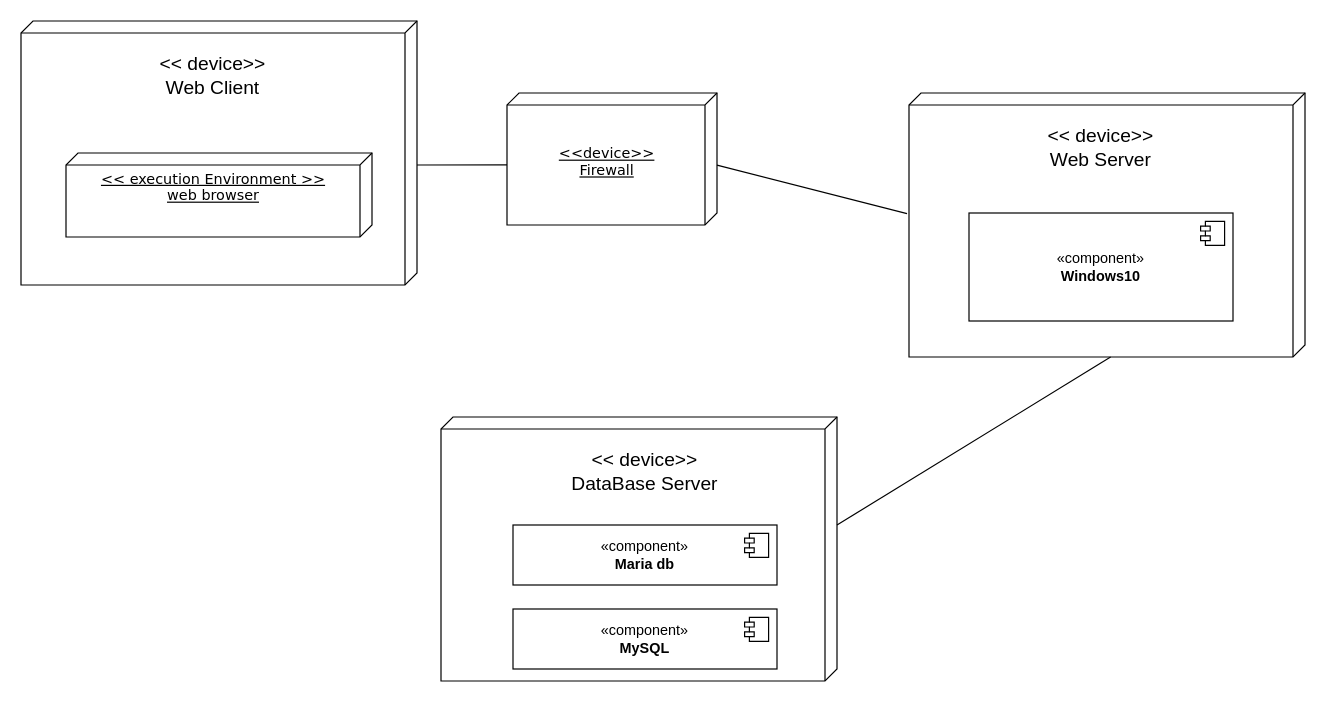
The draw.io diagram 文件資料/物件導向分析/佈署圖.drawio in Cuddles-Yu/ntub-coding, before the edit. Source tidied: cells renumbered, new cells numbered last; positions are measured from the earlier drawing's top-left corner, leaving out a move shared by most shapes. Both pictures are drawn from the tidied source at 120%, with x=0, y=0 at pixel (20, 20).
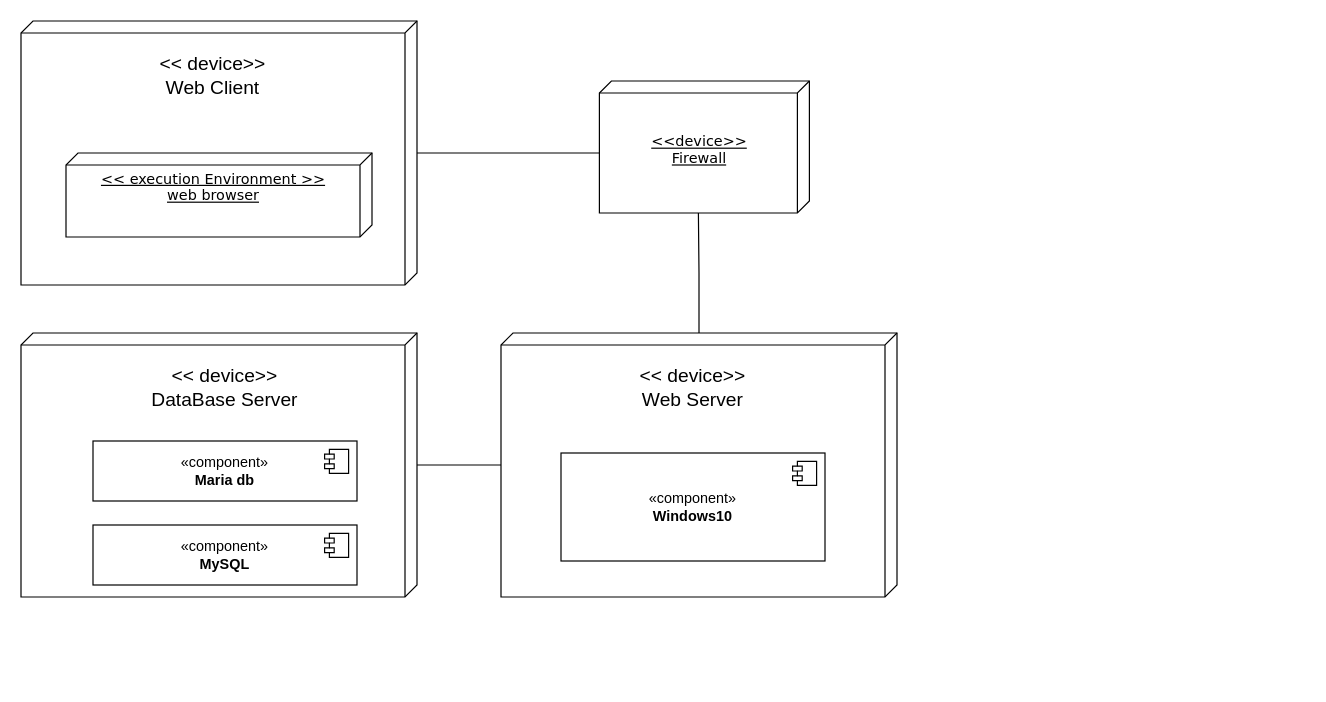
Above is the later version.

The change refers to these unchanged cells:
```xml
<mxCell id="2" style="verticalAlign=top;align=left;spacingTop=8;spacingLeft=2;spacingRight=12;shape=cube;size=10;direction=south;fontStyle=4;html=1;rounded=0;shadow=0;comic=0;labelBackgroundColor=none;strokeWidth=1;fontFamily=Verdana;fontSize=12;" parent="1" vertex="1">
  <mxGeometry width="330" height="220" as="geometry" />
</mxCell>
```

Change to the diagram source:
```diff
@@
-    <mxCell id="5" style="endArrow=none;html=1;rounded=0;fontSize=12;startSize=8;endSize=8;curved=1;entryX=0.545;entryY=1.004;entryDx=0;entryDy=0;entryPerimeter=0;" parent="1" edge="1">
-      <mxGeometry relative="1" as="geometry">
-        <mxPoint x="330" y="120" as="sourcePoint" />
-        <mxPoint x="408.7" y="119.9" as="targetPoint" />
-      </mxGeometry>
-    </mxCell>
+    <mxCell id="19" style="edgeStyle=orthogonalEdgeStyle;rounded=0;jettySize=auto;html=1;endArrow=none;endFill=0;" parent="1" edge="1" source="6" target="10">
+      <mxGeometry relative="1" as="geometry" />
+    </mxCell>
     <mxCell id="6" style="verticalAlign=top;align=left;spacingTop=8;spacingLeft=2;spacingRight=12;shape=cube;size=10;direction=south;fontStyle=4;html=1;rounded=0;shadow=0;comic=0;labelBackgroundColor=none;strokeWidth=1;fontFamily=Verdana;fontSize=12;" parent="1" vertex="1">
-      <mxGeometry x="740" y="60" width="330" height="220" as="geometry" />
+      <mxGeometry x="400" y="260" width="330" height="220" as="geometry" />
     </mxCell>
     <mxCell id="7" value="&amp;lt;&amp;lt; device&amp;gt;&amp;gt;&lt;div&gt;Web Server&lt;/div&gt;" style="text;strokeColor=none;fillColor=none;html=1;align=center;verticalAlign=middle;whiteSpace=wrap;rounded=0;fontSize=16;" parent="1" vertex="1">
-      <mxGeometry x="840" y="90" width="120" height="30" as="geometry" />
+      <mxGeometry x="500" y="290" width="120" height="30" as="geometry" />
     </mxCell>
     <mxCell id="8" value="«component»&lt;br&gt;&lt;b&gt;Windows10&lt;/b&gt;" style="html=1;whiteSpace=wrap;" parent="1" vertex="1">
-      <mxGeometry x="790" y="160" width="220" height="90" as="geometry" />
+      <mxGeometry x="450" y="360" width="220" height="90" as="geometry" />
     </mxCell>
@@
     <mxCell id="10" style="verticalAlign=top;align=left;spacingTop=8;spacingLeft=2;spacingRight=12;shape=cube;size=10;direction=south;fontStyle=4;html=1;rounded=0;shadow=0;comic=0;labelBackgroundColor=none;strokeWidth=1;fontFamily=Verdana;fontSize=12;" parent="1" vertex="1">
-      <mxGeometry x="350" y="330" width="330" height="220" as="geometry" />
+      <mxGeometry y="260" width="330" height="220" as="geometry" />
     </mxCell>
     <mxCell id="11" value="&amp;lt;&amp;lt; device&amp;gt;&amp;gt;&lt;div&gt;DataBase Server&lt;/div&gt;" style="text;strokeColor=none;fillColor=none;html=1;align=center;verticalAlign=middle;whiteSpace=wrap;rounded=0;fontSize=16;" parent="1" vertex="1">
-      <mxGeometry x="450" y="360" width="140" height="30" as="geometry" />
+      <mxGeometry x="100" y="290" width="140" height="30" as="geometry" />
     </mxCell>
     <mxCell id="12" value="«component»&lt;br&gt;&lt;b&gt;Maria db&lt;/b&gt;" style="html=1;whiteSpace=wrap;" parent="1" vertex="1">
-      <mxGeometry x="410" y="420" width="220" height="50" as="geometry" />
+      <mxGeometry x="60" y="350" width="220" height="50" as="geometry" />
     </mxCell>
@@
     <mxCell id="14" value="«component»&lt;br&gt;&lt;b&gt;MySQL&lt;/b&gt;" style="html=1;whiteSpace=wrap;" parent="1" vertex="1">
-      <mxGeometry x="410" y="490" width="220" height="50" as="geometry" />
+      <mxGeometry x="60" y="420" width="220" height="50" as="geometry" />
     </mxCell>
@@
     <mxCell id="16" value="&lt;div&gt;&lt;br&gt;&lt;/div&gt;&lt;div&gt;&lt;br&gt;&lt;/div&gt;&amp;lt;&amp;lt;device&amp;gt;&amp;gt;&lt;div&gt;Firewall&lt;/div&gt;" style="verticalAlign=top;align=center;spacingTop=8;spacingLeft=2;spacingRight=12;shape=cube;size=10;direction=south;fontStyle=4;html=1;rounded=0;shadow=0;comic=0;labelBackgroundColor=none;strokeWidth=1;fontFamily=Verdana;fontSize=12;" parent="1" vertex="1">
-      <mxGeometry x="405" y="60" width="175" height="110" as="geometry" />
+      <mxGeometry x="482" y="50" width="175" height="110" as="geometry" />
     </mxCell>
-    <mxCell id="17" style="endArrow=none;html=1;rounded=0;fontSize=12;startSize=8;endSize=8;curved=1;entryX=0.457;entryY=1.005;entryDx=0;entryDy=0;entryPerimeter=0;" parent="1" edge="1" target="6">
-      <mxGeometry relative="1" as="geometry">
-        <mxPoint x="580" y="120.1" as="sourcePoint" />
-      </mxGeometry>
-    </mxCell>
-    <mxCell id="18" style="endArrow=none;html=1;rounded=0;fontSize=12;startSize=8;endSize=8;curved=1;entryX=0.457;entryY=1.005;entryDx=0;entryDy=0;entryPerimeter=0;" parent="1" edge="1">
-      <mxGeometry relative="1" as="geometry">
-        <mxPoint x="680" y="420" as="sourcePoint" />
-        <mxPoint x="908" y="280" as="targetPoint" />
-      </mxGeometry>
-    </mxCell>
+    <mxCell id="20" style="edgeStyle=orthogonalEdgeStyle;rounded=0;jettySize=auto;html=1;entryX=0;entryY=0;entryDx=110;entryDy=92.5;entryPerimeter=0;endArrow=none;endFill=0;" parent="1" edge="1" source="6" target="16">
+      <mxGeometry relative="1" as="geometry" />
+    </mxCell>
+    <mxCell id="21" style="edgeStyle=orthogonalEdgeStyle;rounded=0;jettySize=auto;html=1;entryX=0;entryY=0;entryDx=60;entryDy=175;entryPerimeter=0;endArrow=none;endFill=0;" parent="1" edge="1" source="2" target="16">
+      <mxGeometry relative="1" as="geometry" />
+    </mxCell>
```
